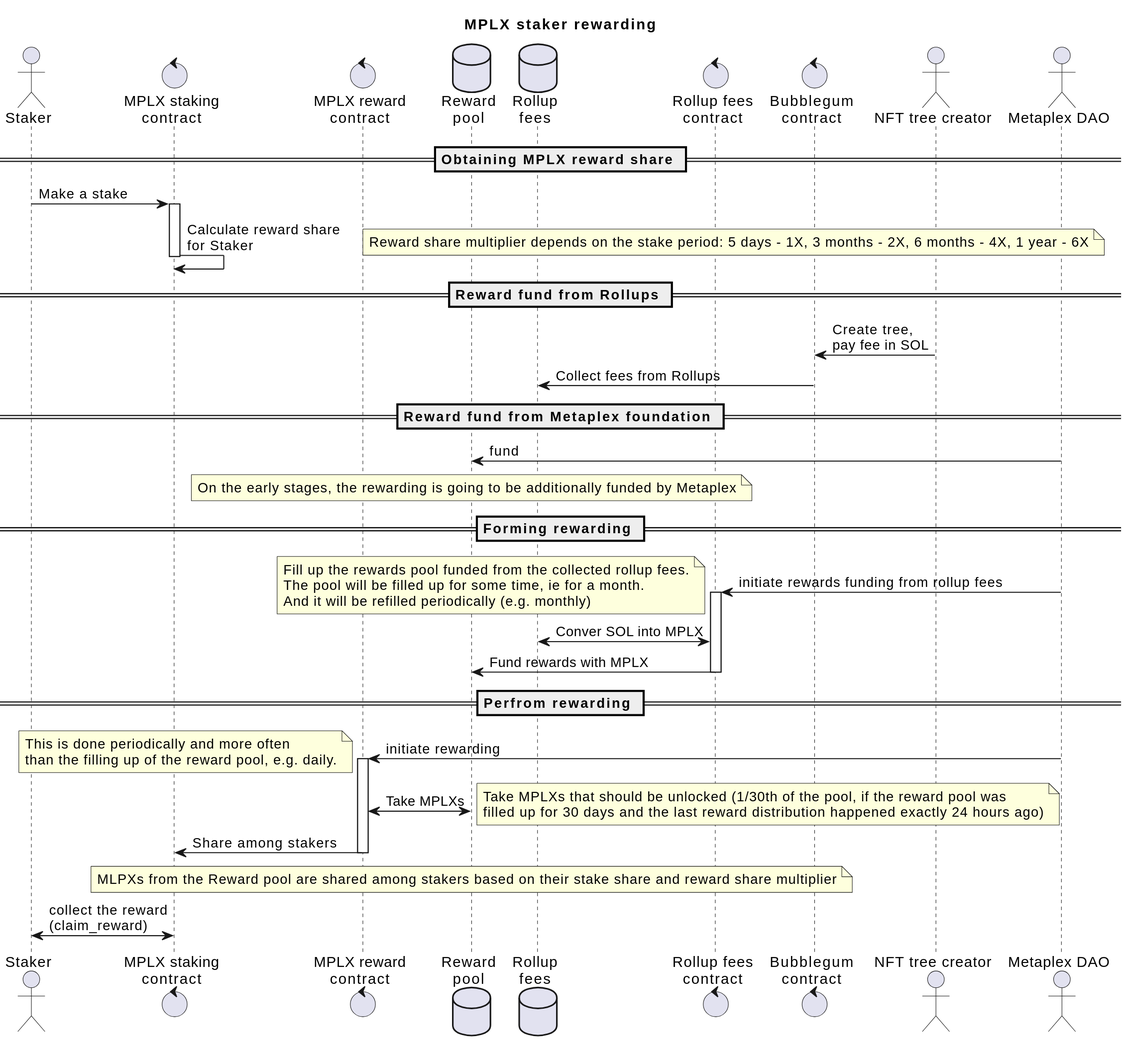
The PlantUML diagram doc/img/staking-reward.svg in metaplex-foundation/aura, before a commit. The source it was exported from:
```plantuml
@startuml
title MPLX staker rewarding
scale 1.5

actor "Staker" as Staker
control "MPLX staking\ncontract" as StakingContract
control "MPLX reward\ncontract" as RewardContract
database "Reward\npool" as RewardPool
database "Rollup\nfees" as RollupFees
control "Rollup fees\ncontract" as RollupFeesContract
control "Bubblegum\ncontract"  as Bubblegum
actor  "NFT tree creator" as TreeCreator
actor "Metaplex DAO" as Metaplex


== Obtaining MPLX reward share ==
Staker -> StakingContract : Make a stake
activate StakingContract
    StakingContract -> StakingContract : Calculate reward share\nfor Staker
deactivate StakingContract

note right
  Reward share multiplier depends on the stake period: 5 days - 1X, 3 months - 2X, 6 months - 4X, 1 year - 6X
end note

== Reward fund from Rollups ==

TreeCreator -> Bubblegum : Create tree,\npay fee in SOL
Bubblegum -> RollupFees : Collect fees from Rollups

== Reward fund from Metaplex foundation ==

Metaplex -> RewardPool : fund

note over RewardPool
  On the early stages, the rewarding is going to be additionally funded by Metaplex
end note

== Forming rewarding ==

Metaplex -> RollupFeesContract : initiate rewards funding from rollup fees
note left
  Fill up the rewards pool funded from the collected rollup fees.
  The pool will be filled up for some time, ie for a month.
  And it will be refilled periodically (e.g. monthly)
end note
activate RollupFeesContract
    RollupFeesContract <-> RollupFees : Conver SOL into MPLX
    RollupFeesContract -> RewardPool : Fund rewards with MPLX
deactivate RollupFeesContract

== Perfrom rewarding ==

Metaplex -> RewardContract : initiate rewarding

note left
This is done periodically and more often
than the filling up of the reward pool, e.g. daily.
end note

activate RewardContract
    RewardContract <-> RewardPool : Take MPLXs
    note right
Take MPLXs that should be unlocked (1/30th of the pool, if the reward pool was
filled up for 30 days and the last reward distribution happened exactly 24 hours ago)
    end note
    RewardContract -> StakingContract : Share among stakers
deactivate RewardContract

note over RewardPool
MLPXs from the Reward pool are shared among stakers based on their stake share and reward share multiplier
end note

Staker <-> StakingContract : collect the reward\n(claim_reward)
@enduml
```
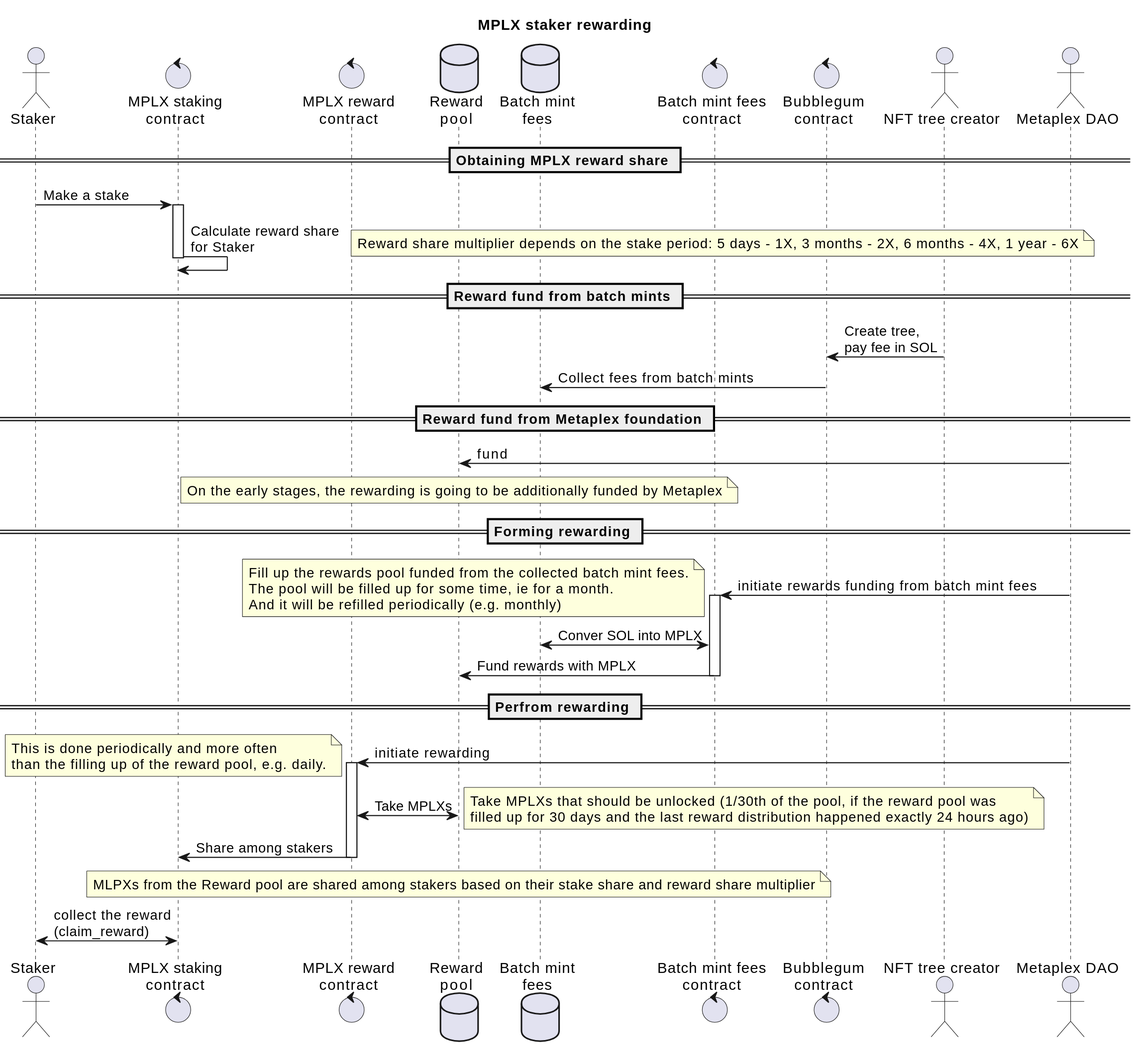
After the commit.

Diff of the diagram source:
```diff
@@ -6,8 +6,8 @@
 control "MPLX staking\ncontract" as StakingContract
 control "MPLX reward\ncontract" as RewardContract
 database "Reward\npool" as RewardPool
-database "Rollup\nfees" as RollupFees
-control "Rollup fees\ncontract" as RollupFeesContract
+database "Batch mint\nfees" as BatchMintFees
+control "Batch mint fees\ncontract" as BatchMintFeesContract
 control "Bubblegum\ncontract"  as Bubblegum
 actor  "NFT tree creator" as TreeCreator
 actor "Metaplex DAO" as Metaplex
@@ -23,10 +23,10 @@
   Reward share multiplier depends on the stake period: 5 days - 1X, 3 months - 2X, 6 months - 4X, 1 year - 6X
 end note
 
-== Reward fund from Rollups ==
+== Reward fund from batch mints ==
 
 TreeCreator -> Bubblegum : Create tree,\npay fee in SOL
-Bubblegum -> RollupFees : Collect fees from Rollups
+Bubblegum -> BatchMintFees : Collect fees from batch mints
 
 == Reward fund from Metaplex foundation ==
 
@@ -38,16 +38,16 @@
 
 == Forming rewarding ==
 
-Metaplex -> RollupFeesContract : initiate rewards funding from rollup fees
+Metaplex -> BatchMintFeesContract : initiate rewards funding from batch mint fees
 note left
-  Fill up the rewards pool funded from the collected rollup fees.
+  Fill up the rewards pool funded from the collected batch mint fees.
   The pool will be filled up for some time, ie for a month.
   And it will be refilled periodically (e.g. monthly)
 end note
-activate RollupFeesContract
-    RollupFeesContract <-> RollupFees : Conver SOL into MPLX
-    RollupFeesContract -> RewardPool : Fund rewards with MPLX
-deactivate RollupFeesContract
+activate BatchMintFeesContract
+    BatchMintFeesContract <-> BatchMintFees : Conver SOL into MPLX
+    BatchMintFeesContract -> RewardPool : Fund rewards with MPLX
+deactivate BatchMintFeesContract
 
 == Perfrom rewarding ==
 
```
